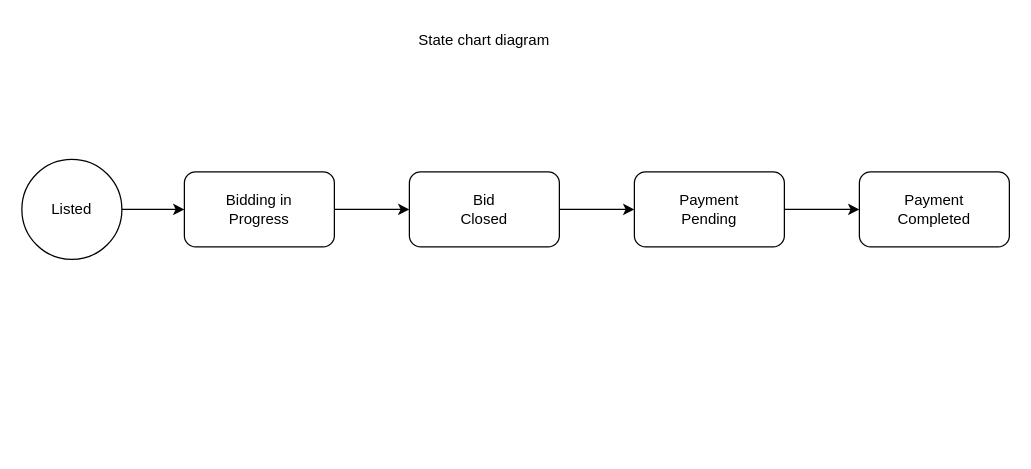
This is state chat diagram.drawio from Abhilash31304/auction_BidBox, a draw.io file, before an edit. Source tidied: cells renumbered, new cells numbered last; positions are measured from the earlier drawing's top-left corner, leaving out a move shared by most shapes. Both pictures are drawn from the tidied source at 125%, with x=0, y=0 at pixel (21, 21).
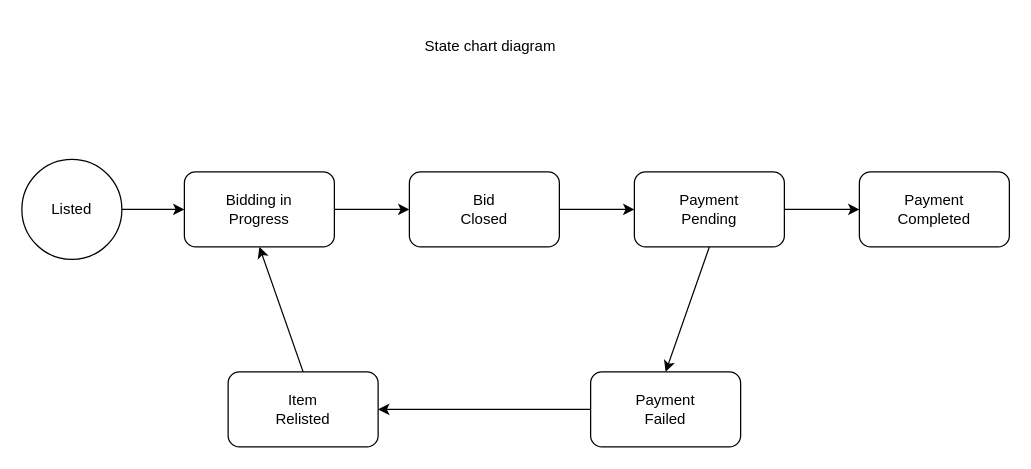
The same page after the edit.

The change refers to these unchanged cells:
```xml
<mxCell id="4" style="rounded=1;whiteSpace=wrap;html=1;" parent="1" vertex="1">
  <mxGeometry x="130" y="120" width="120" height="60" as="geometry" />
</mxCell>
<mxCell id="8" style="rounded=1;whiteSpace=wrap;html=1;" parent="1" vertex="1">
  <mxGeometry x="490" y="120" width="120" height="60" as="geometry" />
</mxCell>
```

Change to the diagram source:
```diff
@@
     <mxCell id="16" value="State chart diagram" style="text;html=1;align=center;verticalAlign=middle;whiteSpace=wrap;rounded=0;" parent="1" vertex="1">
-      <mxGeometry x="300" width="140" height="30" as="geometry" />
+      <mxGeometry x="300" width="150" height="40" as="geometry" />
     </mxCell>
+    <mxCell id="17" style="rounded=1;whiteSpace=wrap;html=1;" parent="1" vertex="1">
+      <mxGeometry x="455" y="280" width="120" height="60" as="geometry" />
+    </mxCell>
+    <mxCell id="18" value="Payment Failed" style="text;html=1;align=center;verticalAlign=middle;whiteSpace=wrap;rounded=0;" parent="1" vertex="1">
+      <mxGeometry x="485" y="295" width="60" height="30" as="geometry" />
+    </mxCell>
+    <mxCell id="19" style="rounded=1;whiteSpace=wrap;html=1;" parent="1" vertex="1">
+      <mxGeometry x="165" y="280" width="120" height="60" as="geometry" />
+    </mxCell>
+    <mxCell id="20" value="Item Relisted" style="text;html=1;align=center;verticalAlign=middle;whiteSpace=wrap;rounded=0;" parent="1" vertex="1">
+      <mxGeometry x="195" y="295" width="60" height="30" as="geometry" />
+    </mxCell>
+    <mxCell id="21" style="endArrow=classic;html=1;rounded=0;exitX=0.5;exitY=1;exitDx=0;exitDy=0;entryX=0.5;entryY=0;entryDx=0;entryDy=0;" parent="1" edge="1" source="8" target="17">
+      <mxGeometry relative="1" as="geometry" />
+    </mxCell>
+    <mxCell id="22" style="endArrow=classic;html=1;rounded=0;exitX=0;exitY=0.5;exitDx=0;exitDy=0;entryX=1;entryY=0.5;entryDx=0;entryDy=0;" parent="1" edge="1" source="17" target="19">
+      <mxGeometry relative="1" as="geometry" />
+    </mxCell>
+    <mxCell id="23" style="endArrow=classic;html=1;rounded=0;exitX=0.5;exitY=0;exitDx=0;exitDy=0;entryX=0.5;entryY=1;entryDx=0;entryDy=0;" parent="1" edge="1" source="19" target="4">
+      <mxGeometry relative="1" as="geometry" />
+    </mxCell>
```
